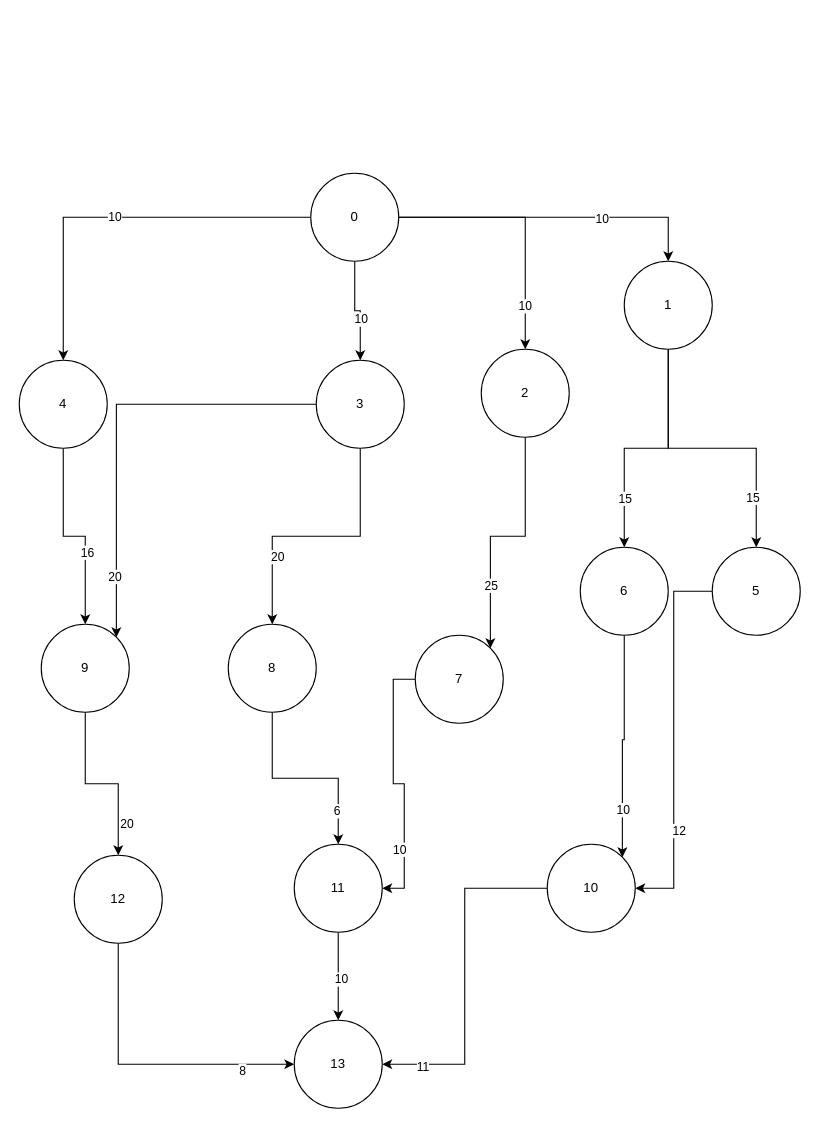
The draw.io diagram page "Grafo" (1 of 2) of Parte1.drawio in DiggsPapu/UVGIA, before the edit. Source tidied: cells renumbered, new cells numbered last; positions are measured from the earlier drawing's top-left corner, leaving out a move shared by most shapes. Both pictures are drawn from the tidied source at 110%, with x=0, y=0 at pixel (19, 173).
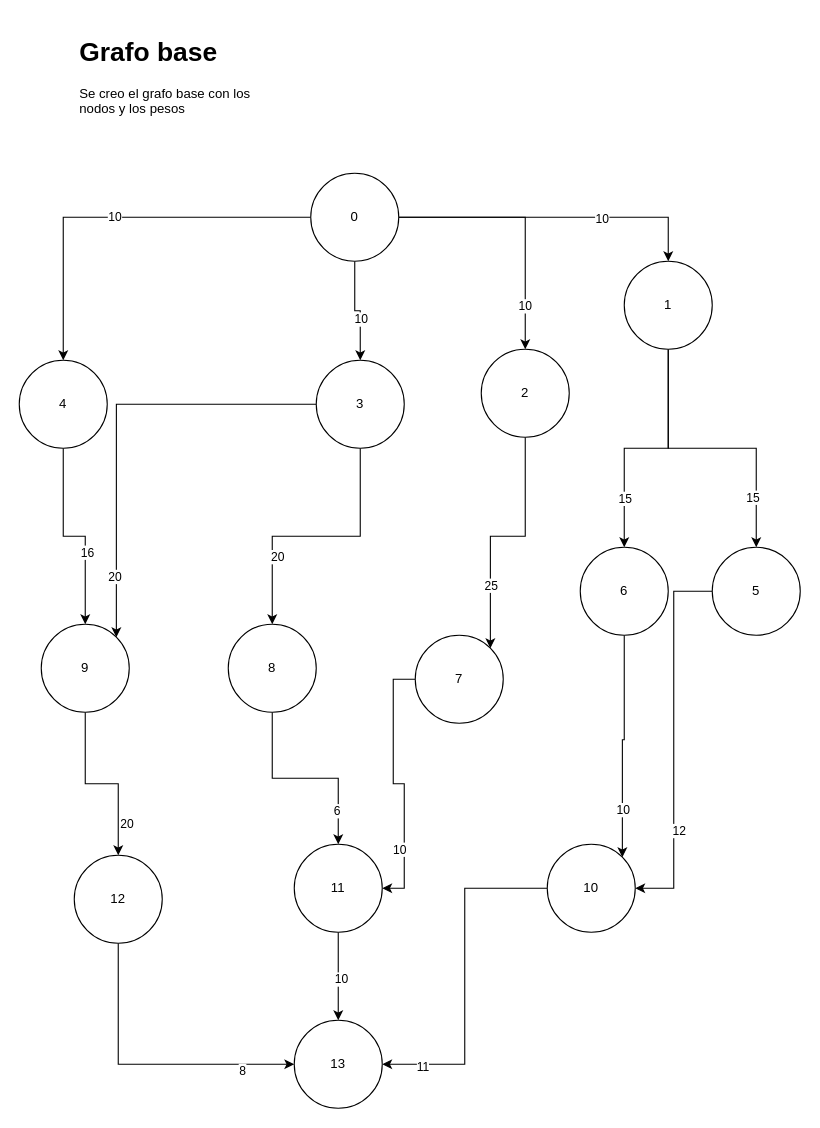
The same diagram, later.

What changed in the source:
```diff
@@
+    <mxCell id="51" value="&lt;h1&gt;Grafo base&lt;/h1&gt;&lt;p&gt;Se creo el grafo base con los nodos y los pesos&lt;/p&gt;" style="text;html=1;strokeColor=none;fillColor=none;spacing=5;spacingTop=-20;whiteSpace=wrap;overflow=hidden;rounded=0;" parent="1" vertex="1">
+      <mxGeometry x="50" y="-130" width="190" height="120" as="geometry" />
+    </mxCell>
```
